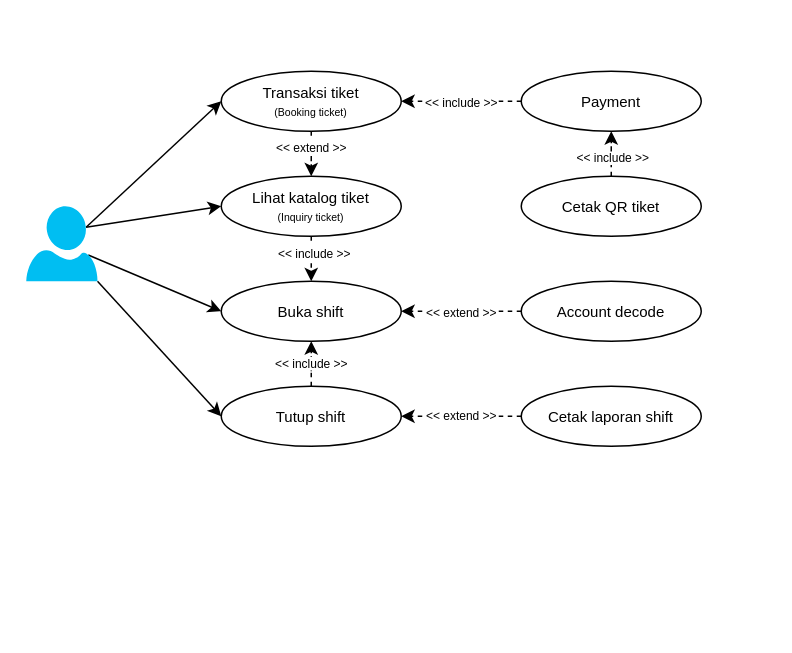
This is page "Use Case Diagram" (2 of 2) of New Agathis.drawio from bimasakti16/draw.io, a draw.io file, before an edit. Source tidied: cells renumbered, new cells numbered last; positions are measured from the earlier drawing's top-left corner, leaving out a move shared by most shapes. Both pictures are drawn from the tidied source at 150%, with x=0, y=0 at pixel (26, 70).
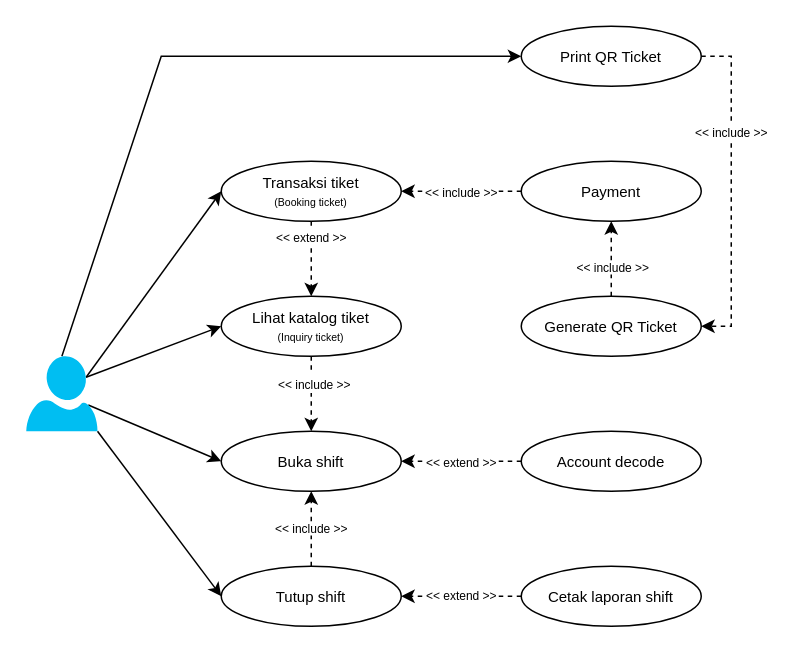
After the change.

Unchanged cells that the change refers to:
```xml
<mxCell id="22" style="edgeStyle=orthogonalEdgeStyle;rounded=0;jettySize=auto;html=1;entryX=0.5;entryY=1;entryDx=0;entryDy=0;dashed=1;" parent="1" edge="1" source="24" target="21">
  <mxGeometry relative="1" as="geometry" />
</mxCell>
```

What changed in the source:
```diff
@@
+    <mxCell id="25" style="rounded=0;jettySize=auto;html=1;exitX=0.5;exitY=0;exitDx=0;exitDy=0;exitPerimeter=0;entryX=0;entryY=0.5;entryDx=0;entryDy=0;" parent="1" edge="1" source="6" target="27">
+      <mxGeometry relative="1" as="geometry">
+        <Array as="points">
+          <mxPoint x="90" y="-10" />
+        </Array>
+      </mxGeometry>
+    </mxCell>
     <mxCell id="6" style="verticalLabelPosition=bottom;html=1;verticalAlign=top;align=center;strokeColor=none;fillColor=#00BEF2;shape=mxgraph.azure.user;" parent="1" vertex="1">
-      <mxGeometry y="90" width="47.5" height="50" as="geometry" />
+      <mxGeometry y="190" width="47.5" height="50" as="geometry" />
     </mxCell>
     <mxCell id="7" value="Buka shift" style="ellipse;whiteSpace=wrap;html=1;fontSize=10;" parent="1" vertex="1">
-      <mxGeometry x="130" y="140" width="120" height="40" as="geometry" />
+      <mxGeometry x="130" y="240" width="120" height="40" as="geometry" />
     </mxCell>
@@
     <mxCell id="9" value="Tutup shift" style="ellipse;whiteSpace=wrap;html=1;fontSize=10;" parent="1" vertex="1">
-      <mxGeometry x="130" y="210" width="120" height="40" as="geometry" />
+      <mxGeometry x="130" y="330" width="120" height="40" as="geometry" />
     </mxCell>
@@
     <mxCell id="11" value="Cetak laporan shift" style="ellipse;whiteSpace=wrap;html=1;fontSize=10;" parent="1" vertex="1">
-      <mxGeometry x="330" y="210" width="120" height="40" as="geometry" />
+      <mxGeometry x="330" y="330" width="120" height="40" as="geometry" />
     </mxCell>
     <mxCell id="12" style="rounded=0;jettySize=auto;html=1;exitX=0.5;exitY=1;exitDx=0;exitDy=0;entryX=0.5;entryY=0;entryDx=0;entryDy=0;dashed=1;" parent="1" edge="1" source="14" target="7">
       <mxGeometry relative="1" as="geometry">
         <Array as="points">
-          <mxPoint x="190" y="130" />
+          <mxPoint x="190" y="230" />
         </Array>
       </mxGeometry>
     </mxCell>
@@
     <mxCell id="14" value="Lihat katalog tiket&lt;br&gt;&lt;font style=&quot;font-size: 7px;&quot;&gt;(Inquiry ticket)&lt;/font&gt;" style="ellipse;whiteSpace=wrap;html=1;fontSize=10;" parent="1" vertex="1">
-      <mxGeometry x="130" y="70" width="120" height="40" as="geometry" />
+      <mxGeometry x="130" y="150" width="120" height="40" as="geometry" />
     </mxCell>
@@
     <mxCell id="16" value="Transaksi tiket&lt;br&gt;&lt;font style=&quot;font-size: 7px;&quot;&gt;(Booking ticket)&lt;/font&gt;" style="ellipse;whiteSpace=wrap;html=1;fontSize=10;" parent="1" vertex="1">
-      <mxGeometry x="130" width="120" height="40" as="geometry" />
+      <mxGeometry x="130" y="60" width="120" height="40" as="geometry" />
     </mxCell>
@@
     <mxCell id="18" value="Account decode" style="ellipse;whiteSpace=wrap;html=1;fontSize=10;" parent="1" vertex="1">
-      <mxGeometry x="330" y="140" width="120" height="40" as="geometry" />
+      <mxGeometry x="330" y="240" width="120" height="40" as="geometry" />
     </mxCell>
@@
     <mxCell id="21" value="Payment" style="ellipse;whiteSpace=wrap;html=1;fontSize=10;" parent="1" vertex="1">
-      <mxGeometry x="330" width="120" height="40" as="geometry" />
+      <mxGeometry x="330" y="60" width="120" height="40" as="geometry" />
     </mxCell>
@@
     <mxCell id="23" value="&amp;lt;&amp;lt; include &amp;gt;&amp;gt;" style="edgeLabel;html=1;align=center;verticalAlign=middle;fontSize=8;" parent="22" vertex="1">
       <mxGeometry x="0.41" y="4" relative="1" as="geometry">
-        <mxPoint x="4" y="2" as="offset" />
+        <mxPoint x="4" y="15" as="offset" />
       </mxGeometry>
     </mxCell>
-    <mxCell id="24" value="Cetak QR tiket" style="ellipse;whiteSpace=wrap;html=1;fontSize=10;" parent="1" vertex="1">
-      <mxGeometry x="330" y="70" width="120" height="40" as="geometry" />
+    <mxCell id="24" value="Generate QR Ticket" style="ellipse;whiteSpace=wrap;html=1;fontSize=10;" parent="1" vertex="1">
+      <mxGeometry x="330" y="150" width="120" height="40" as="geometry" />
     </mxCell>
+    <mxCell id="26" value="&lt;font style=&quot;font-size: 8px;&quot;&gt;&amp;lt;&amp;lt; include &amp;gt;&amp;gt;&lt;/font&gt;" style="edgeStyle=orthogonalEdgeStyle;rounded=0;jettySize=auto;html=1;entryX=1;entryY=0.5;entryDx=0;entryDy=0;dashed=1;" parent="1" edge="1" source="27" target="24">
+      <mxGeometry x="-0.36" relative="1" as="geometry">
+        <Array as="points">
+          <mxPoint x="470" y="-10" />
+          <mxPoint x="470" y="170" />
+        </Array>
+      </mxGeometry>
+    </mxCell>
+    <mxCell id="27" value="Print QR Ticket" style="ellipse;whiteSpace=wrap;html=1;fontSize=10;" parent="1" vertex="1">
+      <mxGeometry x="330" y="-30" width="120" height="40" as="geometry" />
+    </mxCell>
```
